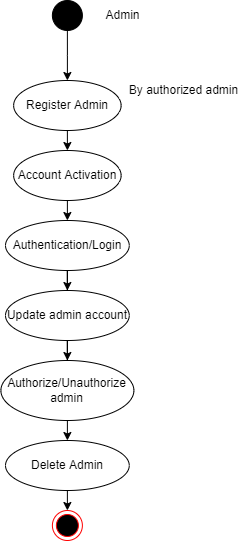
Before: State Diagram/Admin.png, a diagram exported from draw.io (mohitleo03/Software-Engineering-Project-Management). Source tidied: cells renumbered, new cells last; positions are measured from the earlier drawing's top-left corner, leaving out a move shared by most shapes.
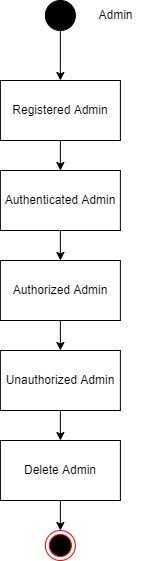
The same file after the commit.

Diff of the diagram source:
```diff
@@ -3,55 +3,48 @@
     <mxCell id="0" />
     <mxCell id="1" parent="0" />
     <mxCell id="2" style="ellipse;html=1;shape=endState;fillColor=#000000;strokeColor=#ff0000;" parent="1" vertex="1">
-      <mxGeometry x="51.9" y="510" width="30" height="30" as="geometry" />
+      <mxGeometry x="51.9" y="530" width="30" height="30" as="geometry" />
     </mxCell>
-    <mxCell id="3" style="edgeStyle=orthogonalEdgeStyle;rounded=0;jettySize=auto;html=1;exitX=0.5;exitY=1;exitDx=0;exitDy=0;" parent="1" edge="1" source="4" target="6">
-      <mxGeometry relative="1" as="geometry" />
+    <mxCell id="3" style="edgeStyle=orthogonalEdgeStyle;rounded=0;jettySize=auto;html=1;exitX=0.5;exitY=1;exitDx=0;exitDy=0;" parent="1" edge="1" source="4">
+      <mxGeometry relative="1" as="geometry">
+        <mxPoint x="66.9" y="80" as="targetPoint" />
+      </mxGeometry>
     </mxCell>
     <mxCell id="4" style="ellipse;whiteSpace=wrap;html=1;fillColor=#000000;" parent="1" vertex="1">
       <mxGeometry x="51.9" width="30" height="30" as="geometry" />
     </mxCell>
-    <mxCell id="5" style="edgeStyle=orthogonalEdgeStyle;rounded=0;jettySize=auto;html=1;exitX=0.5;exitY=1;exitDx=0;exitDy=0;entryX=0.5;entryY=0;entryDx=0;entryDy=0;" parent="1" edge="1" source="6" target="9">
-      <mxGeometry relative="1" as="geometry" />
-    </mxCell>
-    <mxCell id="6" value="Register Admin" style="ellipse;whiteSpace=wrap;html=1;fillColor=#FFFFFF;" parent="1" vertex="1">
-      <mxGeometry x="13.1" y="80" width="107.5" height="50" as="geometry" />
-    </mxCell>
     <mxCell id="7" value="Admin" style="text;html=1;align=center;verticalAlign=middle;strokeColor=none;fillColor=none;" parent="1" vertex="1">
       <mxGeometry x="96.9" y="5" width="50" height="20" as="geometry" />
     </mxCell>
-    <mxCell id="8" style="edgeStyle=orthogonalEdgeStyle;rounded=0;jettySize=auto;html=1;exitX=0.5;exitY=1;exitDx=0;exitDy=0;entryX=0.5;entryY=0;entryDx=0;entryDy=0;" parent="1" edge="1" source="9" target="11">
-      <mxGeometry relative="1" as="geometry" />
-    </mxCell>
-    <mxCell id="9" value="Account Activation" style="ellipse;whiteSpace=wrap;html=1;fillColor=#FFFFFF;" parent="1" vertex="1">
-      <mxGeometry x="13.1" y="150" width="107.5" height="50" as="geometry" />
-    </mxCell>
-    <mxCell id="10" style="edgeStyle=orthogonalEdgeStyle;rounded=0;jettySize=auto;html=1;exitX=0.5;exitY=1;exitDx=0;exitDy=0;" parent="1" edge="1" source="11" target="13">
-      <mxGeometry relative="1" as="geometry" />
-    </mxCell>
-    <mxCell id="11" value="Authentication/Login" style="ellipse;whiteSpace=wrap;html=1;fillColor=#FFFFFF;" parent="1" vertex="1">
-      <mxGeometry x="5" y="220" width="123.8" height="50" as="geometry" />
-    </mxCell>
-    <mxCell id="12" style="edgeStyle=orthogonalEdgeStyle;rounded=0;jettySize=auto;html=1;exitX=0.5;exitY=1;exitDx=0;exitDy=0;" parent="1" edge="1" source="13" target="15">
-      <mxGeometry relative="1" as="geometry" />
-    </mxCell>
-    <mxCell id="13" value="Update admin account" style="ellipse;whiteSpace=wrap;html=1;fillColor=#FFFFFF;" parent="1" vertex="1">
-      <mxGeometry x="5" y="290" width="123.8" height="50" as="geometry" />
-    </mxCell>
-    <mxCell id="14" style="edgeStyle=orthogonalEdgeStyle;rounded=0;jettySize=auto;html=1;exitX=0.5;exitY=1;exitDx=0;exitDy=0;entryX=0.5;entryY=0;entryDx=0;entryDy=0;" parent="1" edge="1" source="15" target="17">
-      <mxGeometry relative="1" as="geometry" />
-    </mxCell>
-    <mxCell id="15" value="Authorize/Unauthorize admin" style="ellipse;whiteSpace=wrap;html=1;fillColor=#FFFFFF;" parent="1" vertex="1">
-      <mxGeometry x="0.4" y="360" width="133" height="60" as="geometry" />
-    </mxCell>
+    <mxCell id="19" style="edgeStyle=orthogonalEdgeStyle;rounded=0;jettySize=auto;html=1;exitX=0.5;exitY=1;exitDx=0;exitDy=0;entryX=0.5;entryY=0;entryDx=0;entryDy=0;" parent="1" edge="1" source="20" target="22">
+      <mxGeometry relative="1" as="geometry" />
+    </mxCell>
+    <mxCell id="20" value="Registered Admin" style="rounded=0;whiteSpace=wrap;html=1;" parent="1" vertex="1">
+      <mxGeometry x="6.9" y="80" width="120" height="60" as="geometry" />
+    </mxCell>
+    <mxCell id="21" style="edgeStyle=orthogonalEdgeStyle;rounded=0;jettySize=auto;html=1;exitX=0.5;exitY=1;exitDx=0;exitDy=0;entryX=0.5;entryY=0;entryDx=0;entryDy=0;" parent="1" edge="1" source="22" target="24">
+      <mxGeometry relative="1" as="geometry" />
+    </mxCell>
+    <mxCell id="22" value="Authenticated Admin" style="rounded=0;whiteSpace=wrap;html=1;" parent="1" vertex="1">
+      <mxGeometry x="6.9" y="170" width="120" height="60" as="geometry" />
+    </mxCell>
+    <mxCell id="23" style="edgeStyle=orthogonalEdgeStyle;rounded=0;jettySize=auto;html=1;exitX=0.5;exitY=1;exitDx=0;exitDy=0;entryX=0.5;entryY=0;entryDx=0;entryDy=0;" parent="1" edge="1" source="24" target="26">
+      <mxGeometry relative="1" as="geometry" />
+    </mxCell>
+    <mxCell id="24" value="Authorized Admin" style="rounded=0;whiteSpace=wrap;html=1;" parent="1" vertex="1">
+      <mxGeometry x="6.9" y="260" width="120" height="60" as="geometry" />
+    </mxCell>
+    <mxCell id="25" style="edgeStyle=orthogonalEdgeStyle;rounded=0;jettySize=auto;html=1;exitX=0.5;exitY=1;exitDx=0;exitDy=0;entryX=0.5;entryY=0;entryDx=0;entryDy=0;" parent="1" edge="1" source="26" target="17">
+      <mxGeometry relative="1" as="geometry" />
+    </mxCell>
+    <mxCell id="26" value="Unauthorized Admin" style="rounded=0;whiteSpace=wrap;html=1;" parent="1" vertex="1">
+      <mxGeometry x="6.9" y="350" width="120" height="60" as="geometry" />
+    </mxCell>
     <mxCell id="16" style="edgeStyle=orthogonalEdgeStyle;rounded=0;jettySize=auto;html=1;exitX=0.5;exitY=1;exitDx=0;exitDy=0;entryX=0.5;entryY=0;entryDx=0;entryDy=0;" parent="1" edge="1" source="17" target="2">
       <mxGeometry relative="1" as="geometry" />
     </mxCell>
-    <mxCell id="17" value="Delete Admin" style="ellipse;whiteSpace=wrap;html=1;fillColor=#FFFFFF;" parent="1" vertex="1">
-      <mxGeometry x="5" y="440" width="123.8" height="50" as="geometry" />
+    <mxCell id="17" value="Delete Admin" style="rounded=0;whiteSpace=wrap;html=1;" parent="1" vertex="1">
+      <mxGeometry x="6.9" y="440" width="120" height="60" as="geometry" />
     </mxCell>
-    <mxCell id="18" value="By authorized admin" style="text;html=1;align=center;verticalAlign=middle;strokeColor=none;fillColor=none;" parent="1" vertex="1">
-      <mxGeometry x="118" y="80" width="130" height="20" as="geometry" />
-    </mxCell>
   </root>
 </mxGraphModel>
```
